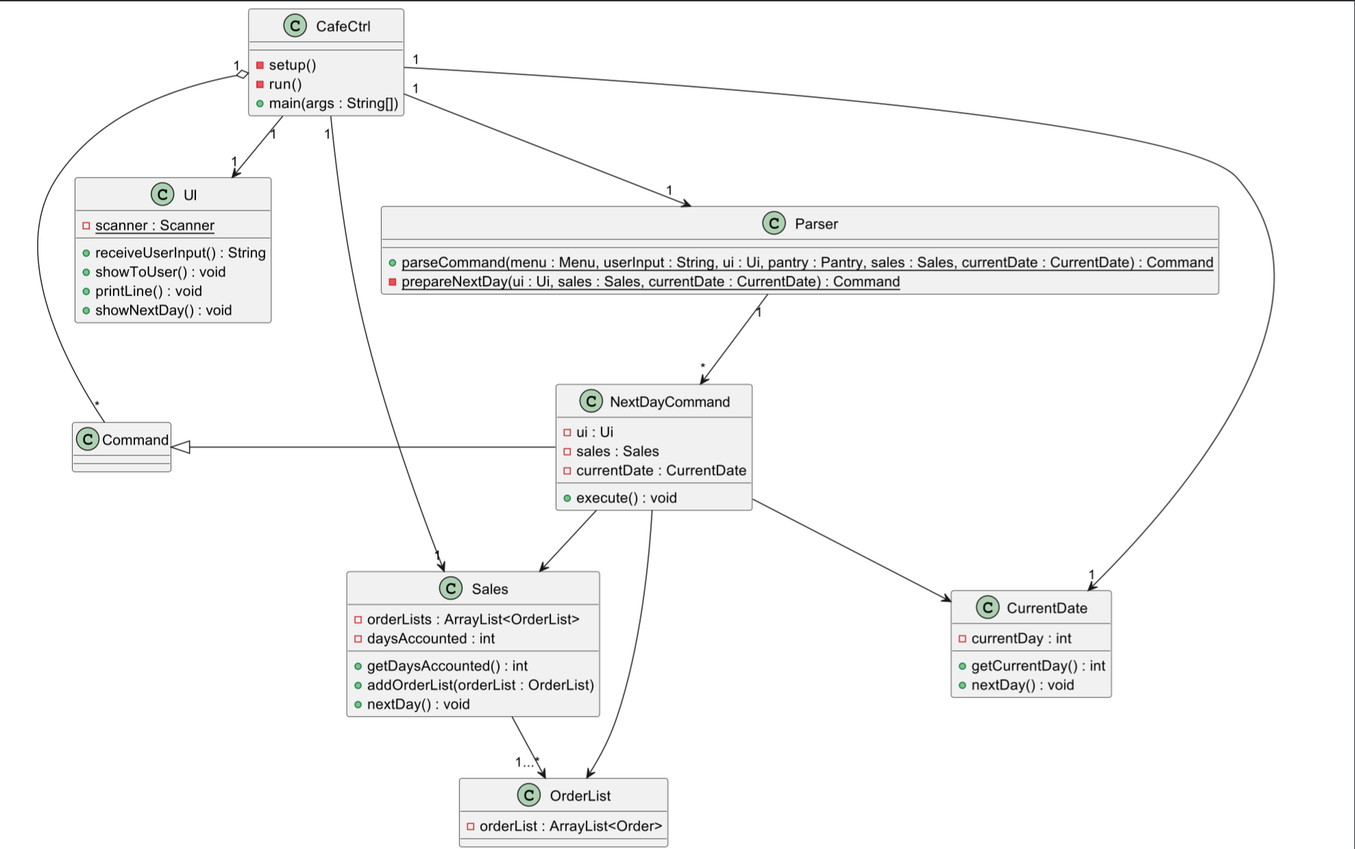
Earlier version of the PlantUML export docs/images/class/NextDayCommandClass.png (nus-cs2113-AY2324S1/tp). Its source is kept beside it as docs/diagrams/class/NextDayCommandClass.puml.
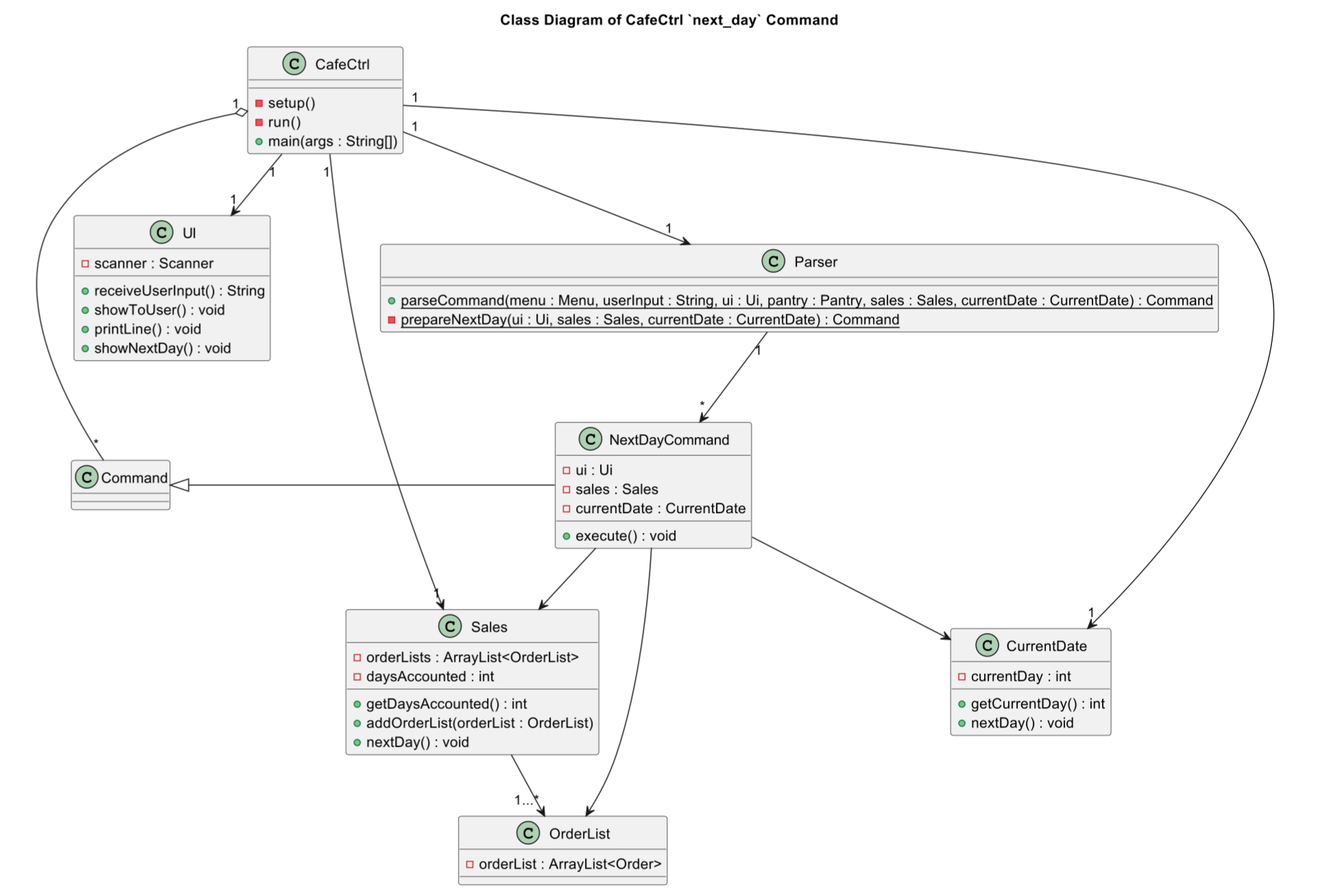
The same diagram one commit later.

The edit, as a diff of the source:
```diff
@@ -1,4 +1,6 @@
 @startuml
+
+title Class Diagram of CafeCtrl `next_day` Command
 
 CafeCtrl "1" --> "1" UI
 CafeCtrl "1" --> "1" Parser
@@ -24,7 +26,7 @@
 }
 
 class UI {
-{static} - scanner : Scanner
+- scanner : Scanner
 + receiveUserInput() : String
 + showToUser() : void
 + printLine() : void
```
